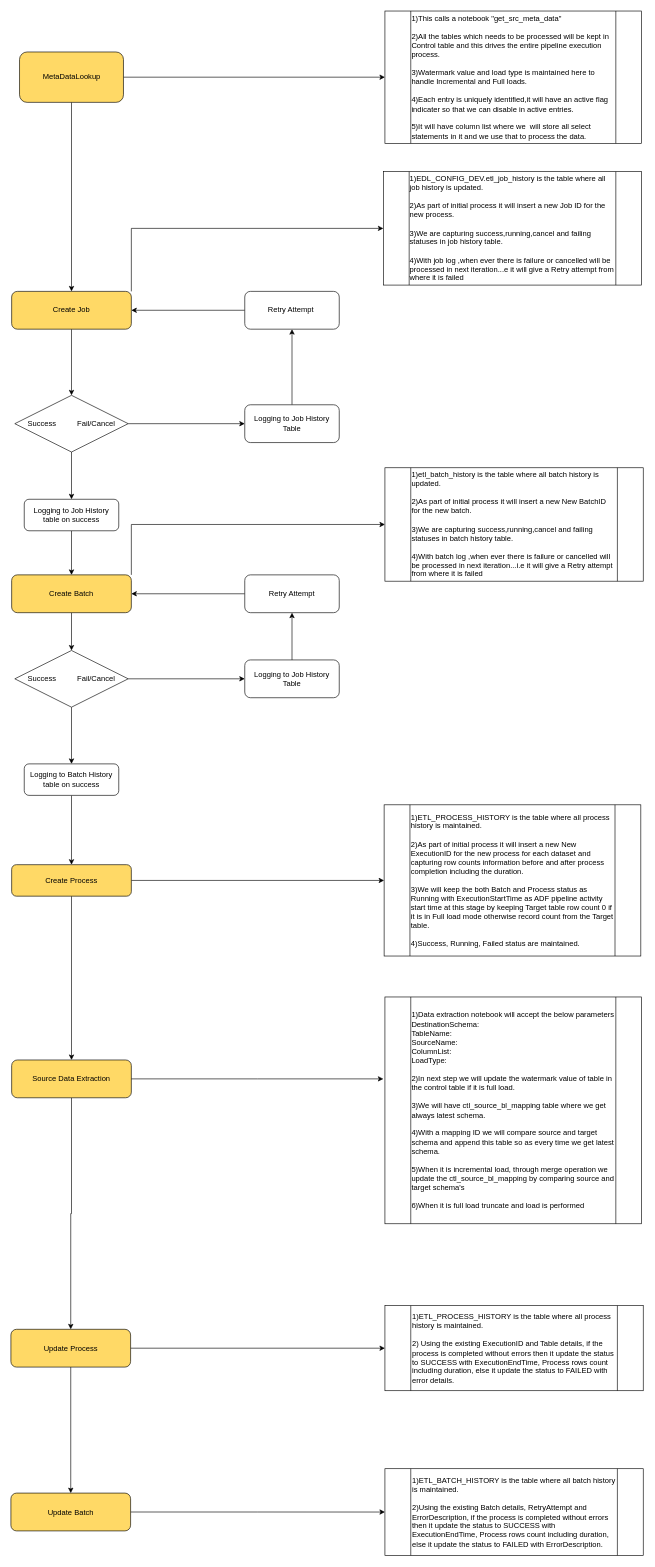
k-lakshmikanth/Databricks-repo keeps this draw.io diagram as Krishna(UMA)/FlowDiagram.drawio. Above is the earlier version. Source tidied: cells renumbered, new cells numbered last; positions are measured from the earlier drawing's top-left corner, leaving out a move shared by most shapes. Both pictures are drawn from the tidied source at 63%, with x=0, y=0 at pixel (11, 11).
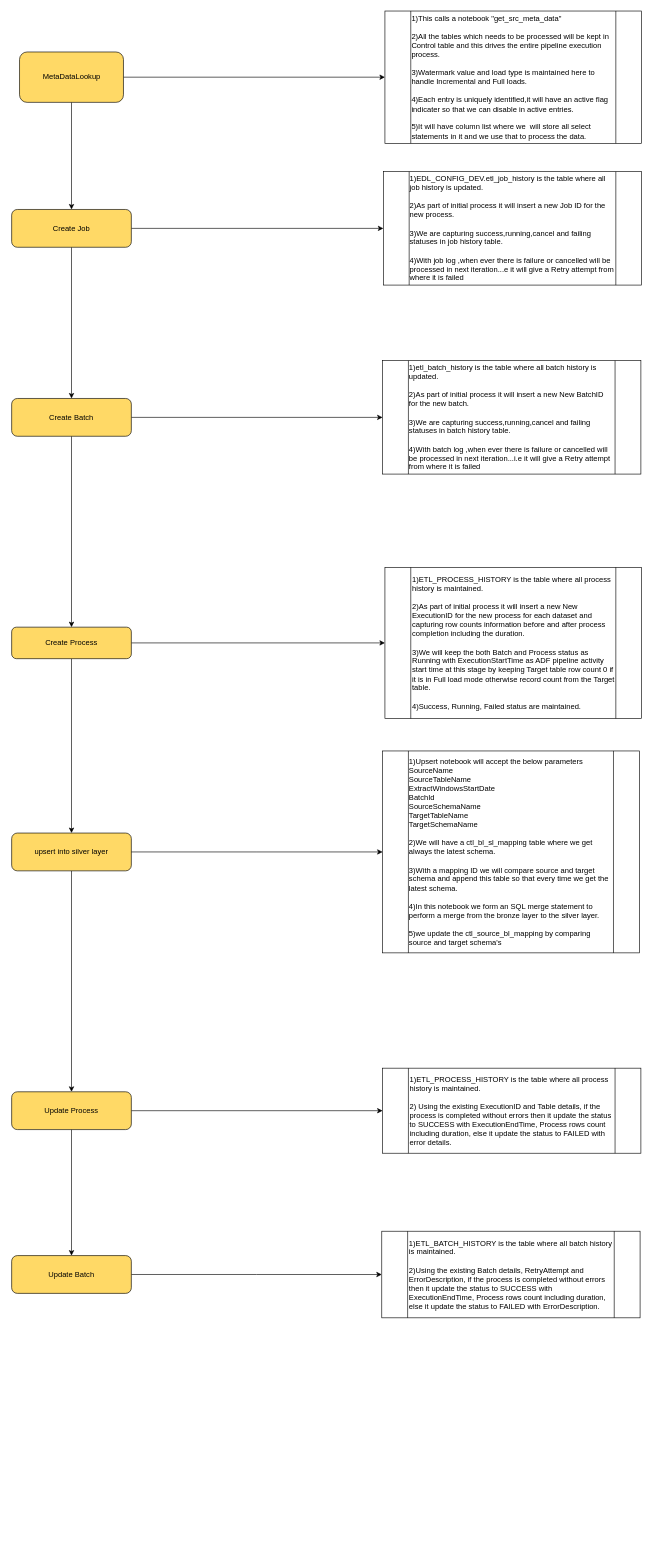
The same diagram, later.

Unchanged cells that the change refers to:
```xml
<mxCell id="16" value="&lt;div style=&quot;border-color: var(--border-color); text-align: left;&quot;&gt;&lt;div style=&quot;border-color: var(--border-color);&quot;&gt;1)EDL_CONFIG_DEV.etl_job_history is the table where all job history is updated.&lt;/div&gt;&lt;div style=&quot;border-color: var(--border-color);&quot;&gt;&lt;br style=&quot;border-color: var(--border-color);&quot;&gt;&lt;/div&gt;&lt;div style=&quot;border-color: var(--border-color);&quot;&gt;2)As part of initial process it will insert a new Job ID for the new process.&lt;/div&gt;&lt;div style=&quot;border-color: var(--border-color);&quot;&gt;&lt;br style=&quot;border-color: var(--border-color);&quot;&gt;&lt;/div&gt;&lt;div style=&quot;border-color: var(--border-color);&quot;&gt;3)We are capturing success,running,cancel and failing statuses in job history table.&lt;/div&gt;&lt;div style=&quot;border-color: var(--border-color);&quot;&gt;&lt;br&gt;&lt;/div&gt;&lt;div style=&quot;border-color: var(--border-color);&quot;&gt;4)With job log ,when ever there is failure or cancelled will be processed in next iteration...e it will give a Retry attempt from where it is failed&lt;/div&gt;&lt;/div&gt;" style="shape=process;whiteSpace=wrap;html=1;backgroundOutline=1;strokeColor=default;align=center;verticalAlign=middle;fontFamily=Helvetica;fontSize=12;fontColor=default;fillColor=default;" parent="1" vertex="1">
  <mxGeometry x="591" y="255" width="410" height="180" as="geometry" />
</mxCell>
```

What changed in the source:
```diff
@@
-    <mxCell id="6" style="edgeStyle=orthogonalEdgeStyle;rounded=0;jettySize=auto;html=1;exitX=0.5;exitY=1;exitDx=0;exitDy=0;entryX=0.5;entryY=0;entryDx=0;entryDy=0;" parent="1" edge="1" source="8" target="14">
+    <mxCell id="6" style="edgeStyle=orthogonalEdgeStyle;rounded=0;jettySize=auto;html=1;exitX=0.5;exitY=1;exitDx=0;exitDy=0;entryX=0.5;entryY=0;entryDx=0;entryDy=0;" parent="1" edge="1" source="8" target="11">
       <mxGeometry relative="1" as="geometry" />
     </mxCell>
-    <mxCell id="7" style="edgeStyle=orthogonalEdgeStyle;rounded=0;jettySize=auto;html=1;exitX=1;exitY=0;exitDx=0;exitDy=0;entryX=0;entryY=0.5;entryDx=0;entryDy=0;" parent="1" edge="1" source="8" target="16">
+    <mxCell id="7" style="edgeStyle=orthogonalEdgeStyle;rounded=0;jettySize=auto;html=1;exitX=1;exitY=0.5;exitDx=0;exitDy=0;entryX=0;entryY=0.5;entryDx=0;entryDy=0;" parent="1" edge="1" source="8" target="16">
       <mxGeometry relative="1" as="geometry" />
     </mxCell>
     <mxCell id="8" value="Create Job" style="rounded=1;whiteSpace=wrap;html=1;strokeColor=default;align=center;verticalAlign=middle;fontFamily=Helvetica;fontSize=12;fontColor=default;fillColor=#FFD966;" parent="1" vertex="1">
-      <mxGeometry x="1" y="445" width="190" height="60" as="geometry" />
+      <mxGeometry x="1" y="315" width="190" height="60" as="geometry" />
     </mxCell>
-    <mxCell id="9" style="edgeStyle=orthogonalEdgeStyle;rounded=0;jettySize=auto;html=1;entryX=0.5;entryY=0;entryDx=0;entryDy=0;fontFamily=Helvetica;fontSize=12;fontColor=default;" parent="1" edge="1" source="11" target="26">
+    <mxCell id="9" style="edgeStyle=orthogonalEdgeStyle;rounded=0;jettySize=auto;html=1;entryX=0.5;entryY=0;entryDx=0;entryDy=0;fontFamily=Helvetica;fontSize=12;fontColor=default;" parent="1" edge="1" source="11" target="35">
       <mxGeometry relative="1" as="geometry" />
     </mxCell>
-    <mxCell id="10" style="edgeStyle=orthogonalEdgeStyle;rounded=0;jettySize=auto;html=1;exitX=1;exitY=0;exitDx=0;exitDy=0;entryX=0;entryY=0.5;entryDx=0;entryDy=0;" parent="1" edge="1" source="11" target="21">
+    <mxCell id="10" style="edgeStyle=orthogonalEdgeStyle;rounded=0;jettySize=auto;html=1;exitX=1;exitY=0.5;exitDx=0;exitDy=0;entryX=0;entryY=0.5;entryDx=0;entryDy=0;" parent="1" edge="1" source="11" target="21">
       <mxGeometry relative="1" as="geometry" />
     </mxCell>
     <mxCell id="11" value="Create Batch&lt;br&gt;" style="rounded=1;whiteSpace=wrap;html=1;strokeColor=default;align=center;verticalAlign=middle;fontFamily=Helvetica;fontSize=12;fontColor=default;fillColor=#FFD966;" parent="1" vertex="1">
-      <mxGeometry x="1" y="895" width="190" height="60" as="geometry" />
+      <mxGeometry x="1" y="615" width="190" height="60" as="geometry" />
     </mxCell>
-    <mxCell id="12" style="edgeStyle=orthogonalEdgeStyle;rounded=0;jettySize=auto;html=1;fontFamily=Helvetica;fontSize=12;fontColor=default;" parent="1" edge="1" source="14" target="18">
-      <mxGeometry relative="1" as="geometry" />
-    </mxCell>
-    <mxCell id="13" style="edgeStyle=orthogonalEdgeStyle;rounded=0;jettySize=auto;html=1;entryX=0.5;entryY=0;entryDx=0;entryDy=0;fontFamily=Helvetica;fontSize=12;fontColor=default;" parent="1" edge="1" source="14" target="23">
-      <mxGeometry relative="1" as="geometry" />
-    </mxCell>
-    <mxCell id="14" value="Success&amp;nbsp; &amp;nbsp; &amp;nbsp; &amp;nbsp; &amp;nbsp; Fail/Cancel" style="rhombus;whiteSpace=wrap;html=1;strokeColor=default;align=center;verticalAlign=middle;fontFamily=Helvetica;fontSize=12;fontColor=default;fillColor=default;" parent="1" vertex="1">
-      <mxGeometry x="6" y="610" width="180" height="90" as="geometry" />
-    </mxCell>
@@
-    <mxCell id="17" style="edgeStyle=orthogonalEdgeStyle;rounded=0;jettySize=auto;html=1;exitX=0.5;exitY=0;exitDx=0;exitDy=0;entryX=0.5;entryY=1;entryDx=0;entryDy=0;" parent="1" edge="1" source="18" target="20">
-      <mxGeometry relative="1" as="geometry" />
-    </mxCell>
-    <mxCell id="18" value="Logging to Job History Table" style="rounded=1;whiteSpace=wrap;html=1;strokeColor=default;align=center;verticalAlign=middle;fontFamily=Helvetica;fontSize=12;fontColor=default;fillColor=default;" parent="1" vertex="1">
-      <mxGeometry x="371" y="625" width="150" height="60" as="geometry" />
-    </mxCell>
-    <mxCell id="19" style="edgeStyle=orthogonalEdgeStyle;rounded=0;jettySize=auto;html=1;exitX=0;exitY=0.5;exitDx=0;exitDy=0;entryX=1;entryY=0.5;entryDx=0;entryDy=0;" parent="1" edge="1" source="20" target="8">
-      <mxGeometry relative="1" as="geometry" />
-    </mxCell>
-    <mxCell id="20" value="Retry Attempt&amp;nbsp;" style="rounded=1;whiteSpace=wrap;html=1;strokeColor=default;align=center;verticalAlign=middle;fontFamily=Helvetica;fontSize=12;fontColor=default;fillColor=default;" parent="1" vertex="1">
-      <mxGeometry x="371" y="445" width="150" height="60" as="geometry" />
-    </mxCell>
     <mxCell id="21" value="&lt;div style=&quot;border-color: var(--border-color); text-align: left;&quot;&gt;&lt;div style=&quot;border-color: var(--border-color);&quot;&gt;&lt;div style=&quot;border-color: var(--border-color);&quot;&gt;1)etl_batch_history&amp;nbsp;is the table where all batch history is updated.&lt;br style=&quot;border-color: var(--border-color);&quot;&gt;&lt;/div&gt;&lt;div style=&quot;border-color: var(--border-color);&quot;&gt;&lt;br style=&quot;border-color: var(--border-color);&quot;&gt;&lt;/div&gt;&lt;div style=&quot;border-color: var(--border-color);&quot;&gt;2)As part of initial process it will insert a new New BatchID for the new batch.&lt;/div&gt;&lt;div style=&quot;border-color: var(--border-color);&quot;&gt;&lt;br style=&quot;border-color: var(--border-color);&quot;&gt;&lt;/div&gt;&lt;div style=&quot;border-color: var(--border-color);&quot;&gt;3)We are capturing success,running,cancel and failing statuses in batch history table.&lt;/div&gt;&lt;div style=&quot;border-color: var(--border-color);&quot;&gt;&lt;br&gt;&lt;/div&gt;&lt;div style=&quot;border-color: var(--border-color);&quot;&gt;4)With batch log ,when ever there is failure or cancelled will be processed in next iteration...i.e it will give a Retry attempt from where it is failed&lt;br&gt;&lt;/div&gt;&lt;/div&gt;&lt;/div&gt;" style="shape=process;whiteSpace=wrap;html=1;backgroundOutline=1;strokeColor=default;align=center;verticalAlign=middle;fontFamily=Helvetica;fontSize=12;fontColor=default;fillColor=default;" parent="1" vertex="1">
-      <mxGeometry x="593.5" y="725" width="410" height="180" as="geometry" />
+      <mxGeometry x="589.8" y="555" width="410" height="180" as="geometry" />
     </mxCell>
-    <mxCell id="22" style="edgeStyle=orthogonalEdgeStyle;rounded=0;jettySize=auto;html=1;exitX=0.5;exitY=1;exitDx=0;exitDy=0;" parent="1" edge="1" source="23" target="11">
-      <mxGeometry relative="1" as="geometry" />
-    </mxCell>
-    <mxCell id="23" value="Logging to Job History table on success" style="rounded=1;whiteSpace=wrap;html=1;strokeColor=default;align=center;verticalAlign=middle;fontFamily=Helvetica;fontSize=12;fontColor=default;fillColor=default;" parent="1" vertex="1">
-      <mxGeometry x="21" y="775" width="150" height="50" as="geometry" />
-    </mxCell>
-    <mxCell id="24" style="edgeStyle=orthogonalEdgeStyle;rounded=0;jettySize=auto;html=1;entryX=0.5;entryY=0;entryDx=0;entryDy=0;fontFamily=Helvetica;fontSize=12;fontColor=default;" parent="1" edge="1" source="26" target="28">
-      <mxGeometry relative="1" as="geometry" />
-    </mxCell>
-    <mxCell id="25" style="edgeStyle=orthogonalEdgeStyle;rounded=0;jettySize=auto;html=1;exitX=1;exitY=0.5;exitDx=0;exitDy=0;entryX=0;entryY=0.5;entryDx=0;entryDy=0;" parent="1" edge="1" source="26" target="30">
-      <mxGeometry relative="1" as="geometry" />
-    </mxCell>
-    <mxCell id="26" value="Success&amp;nbsp; &amp;nbsp; &amp;nbsp; &amp;nbsp; &amp;nbsp; Fail/Cancel" style="rhombus;whiteSpace=wrap;html=1;strokeColor=default;align=center;verticalAlign=middle;fontFamily=Helvetica;fontSize=12;fontColor=default;fillColor=default;" parent="1" vertex="1">
-      <mxGeometry x="6" y="1015" width="180" height="90" as="geometry" />
-    </mxCell>
-    <mxCell id="27" style="edgeStyle=orthogonalEdgeStyle;rounded=0;jettySize=auto;html=1;entryX=0.5;entryY=0;entryDx=0;entryDy=0;fontFamily=Helvetica;fontSize=12;fontColor=default;" parent="1" edge="1" source="28" target="35">
-      <mxGeometry relative="1" as="geometry" />
-    </mxCell>
-    <mxCell id="28" value="Logging to Batch History table on success" style="rounded=1;whiteSpace=wrap;html=1;strokeColor=default;align=center;verticalAlign=middle;fontFamily=Helvetica;fontSize=12;fontColor=default;fillColor=default;" parent="1" vertex="1">
-      <mxGeometry x="21" y="1195" width="150" height="50" as="geometry" />
-    </mxCell>
-    <mxCell id="29" style="edgeStyle=orthogonalEdgeStyle;rounded=0;jettySize=auto;html=1;entryX=0.5;entryY=1;entryDx=0;entryDy=0;fontFamily=Helvetica;fontSize=12;fontColor=default;" parent="1" edge="1" source="30" target="32">
-      <mxGeometry relative="1" as="geometry" />
-    </mxCell>
-    <mxCell id="30" value="Logging to Job History Table" style="rounded=1;whiteSpace=wrap;html=1;strokeColor=default;align=center;verticalAlign=middle;fontFamily=Helvetica;fontSize=12;fontColor=default;fillColor=default;" parent="1" vertex="1">
-      <mxGeometry x="371" y="1030" width="150" height="60" as="geometry" />
-    </mxCell>
-    <mxCell id="31" style="edgeStyle=orthogonalEdgeStyle;rounded=0;jettySize=auto;html=1;entryX=1;entryY=0.5;entryDx=0;entryDy=0;fontFamily=Helvetica;fontSize=12;fontColor=default;" parent="1" edge="1" source="32" target="11">
-      <mxGeometry relative="1" as="geometry" />
-    </mxCell>
-    <mxCell id="32" value="Retry Attempt" style="rounded=1;whiteSpace=wrap;html=1;strokeColor=default;align=center;verticalAlign=middle;fontFamily=Helvetica;fontSize=12;fontColor=default;fillColor=default;" parent="1" vertex="1">
-      <mxGeometry x="371" y="895" width="150" height="60" as="geometry" />
-    </mxCell>
@@
     <mxCell id="35" value="Create Process" style="rounded=1;whiteSpace=wrap;html=1;strokeColor=default;align=center;verticalAlign=middle;fontFamily=Helvetica;fontSize=12;fontColor=default;fillColor=#FFD966;" parent="1" vertex="1">
-      <mxGeometry x="1" y="1355" width="190" height="50" as="geometry" />
+      <mxGeometry x="1" y="978" width="190" height="50" as="geometry" />
     </mxCell>
@@
-    <mxCell id="37" value="Source Data Extraction" style="rounded=1;whiteSpace=wrap;html=1;strokeColor=default;align=center;verticalAlign=middle;fontFamily=Helvetica;fontSize=12;fontColor=default;fillColor=#FFD966;" parent="1" vertex="1">
-      <mxGeometry x="1" y="1665" width="190" height="60" as="geometry" />
+    <mxCell id="37" value="upsert into silver layer" style="rounded=1;whiteSpace=wrap;html=1;strokeColor=default;align=center;verticalAlign=middle;fontFamily=Helvetica;fontSize=12;fontColor=default;fillColor=#FFD966;" parent="1" vertex="1">
+      <mxGeometry x="1" y="1304.8" width="190" height="60" as="geometry" />
     </mxCell>
-    <mxCell id="38" value="&lt;div style=&quot;border-color: var(--border-color); text-align: left;&quot;&gt;&lt;div style=&quot;border-color: var(--border-color);&quot;&gt;&lt;div style=&quot;border-color: var(--border-color);&quot;&gt;1)Data extraction notebook will accept the below parameters&lt;/div&gt;&lt;div style=&quot;border-color: var(--border-color);&quot;&gt;DestinationSchema: &lt;br&gt;TableName: &lt;br&gt;SourceName: &lt;br&gt;ColumnList: &lt;br&gt;LoadType: &lt;br&gt;&lt;/div&gt;&lt;div style=&quot;border-color: var(--border-color);&quot;&gt;&lt;br&gt;&lt;/div&gt;&lt;div style=&quot;border-color: var(--border-color);&quot;&gt;2)In next step we will update the watermark value of table in the control table if it is full load.&lt;/div&gt;&lt;div style=&quot;border-color: var(--border-color);&quot;&gt;&lt;br&gt;&lt;/div&gt;&lt;div style=&quot;border-color: var(--border-color);&quot;&gt;3)We will have&amp;nbsp;ctl_source_bl_mapping table where we get always latest schema.&lt;/div&gt;&lt;div style=&quot;border-color: var(--border-color);&quot;&gt;&lt;br&gt;&lt;/div&gt;&lt;div style=&quot;border-color: var(--border-color);&quot;&gt;4)With a mapping ID we will compare source and target schema and append this table so as every time we get latest schema.&lt;/div&gt;&lt;div style=&quot;border-color: var(--border-color);&quot;&gt;&lt;br&gt;&lt;/div&gt;&lt;div style=&quot;border-color: var(--border-color);&quot;&gt;5)When it is incremental load, through merge operation we update the ctl_source_bl_mapping&amp;nbsp;by comparing source and target schema's&lt;/div&gt;&lt;div style=&quot;border-color: var(--border-color);&quot;&gt;&lt;br&gt;&lt;/div&gt;&lt;div style=&quot;border-color: var(--border-color);&quot;&gt;6)When it is full load truncate and load is performed&lt;/div&gt;&lt;/div&gt;&lt;/div&gt;" style="shape=process;whiteSpace=wrap;html=1;backgroundOutline=1;strokeColor=default;align=center;verticalAlign=middle;fontFamily=Helvetica;fontSize=12;fontColor=default;fillColor=default;" parent="1" vertex="1">
-      <mxGeometry x="593.5" y="1565" width="407.5" height="360" as="geometry" />
+    <mxCell id="38" value="&lt;div style=&quot;border-color: var(--border-color); text-align: left;&quot;&gt;&lt;div style=&quot;border-color: var(--border-color);&quot;&gt;&lt;div style=&quot;border-color: var(--border-color);&quot;&gt;1)Upsert notebook will accept the below parameters&lt;/div&gt;&lt;div style=&quot;border-color: var(--border-color);&quot;&gt;SourceName&lt;br&gt;SourceTableName&lt;br&gt;ExtractWindowsStartDate &lt;br&gt;BatchId &lt;br&gt;SourceSchemaName &lt;br&gt;&lt;/div&gt;&lt;div style=&quot;border-color: var(--border-color);&quot;&gt;TargetTableName&lt;br&gt;&lt;/div&gt;&lt;div style=&quot;border-color: var(--border-color);&quot;&gt;TargetSchemaName&lt;/div&gt;&lt;div style=&quot;border-color: var(--border-color);&quot;&gt;&lt;br&gt;&lt;/div&gt;&lt;div style=&quot;border-color: var(--border-color);&quot;&gt;2)We will have a ctl_bl_sl_mapping table where we get always the latest schema.&lt;/div&gt;&lt;div style=&quot;border-color: var(--border-color);&quot;&gt;&lt;br&gt;&lt;/div&gt;&lt;div style=&quot;border-color: var(--border-color);&quot;&gt;3)With a mapping ID we will compare source and target schema and append this table so that every time we get the latest schema.&lt;/div&gt;&lt;div style=&quot;border-color: var(--border-color);&quot;&gt;&lt;br&gt;&lt;/div&gt;&lt;div style=&quot;border-color: var(--border-color);&quot;&gt;4)In this notebook we form an SQL merge statement to perform a merge from the bronze layer to the silver layer.&amp;nbsp;&lt;/div&gt;&lt;div style=&quot;border-color: var(--border-color);&quot;&gt;&lt;br&gt;&lt;/div&gt;&lt;div style=&quot;border-color: var(--border-color);&quot;&gt;5)we update the ctl_source_bl_mapping&amp;nbsp;by comparing source and target schema's&lt;/div&gt;&lt;/div&gt;&lt;/div&gt;" style="shape=process;whiteSpace=wrap;html=1;backgroundOutline=1;strokeColor=default;align=center;verticalAlign=middle;fontFamily=Helvetica;fontSize=12;fontColor=default;fillColor=default;" parent="1" vertex="1">
+      <mxGeometry x="589.8" y="1174.5" width="407.5" height="320.5" as="geometry" />
     </mxCell>
-    <mxCell id="39" style="edgeStyle=orthogonalEdgeStyle;rounded=0;jettySize=auto;html=1;fontFamily=Helvetica;fontSize=12;fontColor=default;" parent="1" edge="1" source="37">
-      <mxGeometry relative="1" as="geometry">
-        <mxPoint x="591" y="1695" as="targetPoint" />
-      </mxGeometry>
+    <mxCell id="39" style="edgeStyle=orthogonalEdgeStyle;rounded=0;jettySize=auto;html=1;fontFamily=Helvetica;fontSize=12;fontColor=default;" parent="1" edge="1" source="37" target="38">
+      <mxGeometry relative="1" as="geometry" />
     </mxCell>
     <mxCell id="40" value="&lt;div align=&quot;left&quot;&gt;1)ETL_PROCESS_HISTORY is the table where all process history is maintained.&lt;br&gt;&lt;br&gt;2)As part of initial process it will insert a new New ExecutionID for the new process for each dataset and capturing row counts information before and after process completion including the duration. &lt;br&gt;&lt;br&gt;3)We will keep the both Batch and Process status as Running with ExecutionStartTime as ADF pipeline activity start time at this stage by keeping Target table row count 0 if it is in Full load mode otherwise record count from the Target table.&lt;br&gt;&lt;br&gt;4)Success, Running, Failed status are maintained.&lt;br&gt;&lt;/div&gt;" style="shape=process;whiteSpace=wrap;html=1;backgroundOutline=1;strokeColor=default;align=left;verticalAlign=middle;fontFamily=Helvetica;fontSize=12;fontColor=default;fillColor=default;" parent="1" vertex="1">
-      <mxGeometry x="592.2" y="1260" width="407.5" height="240" as="geometry" />
+      <mxGeometry x="593.5" y="883" width="407.5" height="240" as="geometry" />
     </mxCell>
@@
     <mxCell id="43" value="Update Process" style="rounded=1;whiteSpace=wrap;html=1;strokeColor=default;align=center;verticalAlign=middle;fontFamily=Helvetica;fontSize=12;fontColor=default;fillColor=#FFD966;" parent="1" vertex="1">
-      <mxGeometry x="-0.2" y="2092.5" width="190" height="60" as="geometry" />
+      <mxGeometry x="1" y="1715.5" width="190" height="60" as="geometry" />
     </mxCell>
     <mxCell id="44" value="1)ETL_PROCESS_HISTORY is the table where all process history is maintained.&lt;br&gt;&lt;br&gt;2) Using the existing ExecutionID and Table details, if the process is completed without errors then it update the status to SUCCESS with ExecutionEndTime, Process rows count including duration, else it update the status to FAILED with error details.&lt;br&gt;" style="shape=process;whiteSpace=wrap;html=1;backgroundOutline=1;strokeColor=default;align=left;verticalAlign=middle;fontFamily=Helvetica;fontSize=12;fontColor=default;fillColor=default;" parent="1" vertex="1">
-      <mxGeometry x="593.5" y="2055" width="410" height="135" as="geometry" />
+      <mxGeometry x="589.8" y="1678" width="410" height="135" as="geometry" />
     </mxCell>
@@
     <mxCell id="46" value="Update Batch " style="rounded=1;whiteSpace=wrap;html=1;strokeColor=default;align=center;verticalAlign=middle;fontFamily=Helvetica;fontSize=12;fontColor=default;fillColor=#FFD966;" parent="1" vertex="1">
-      <mxGeometry x="-0.2" y="2352.5" width="190" height="60" as="geometry" />
+      <mxGeometry x="1" y="1975.5" width="190" height="60" as="geometry" />
     </mxCell>
     <mxCell id="47" value="1)ETL_BATCH_HISTORY is the table where all batch history is maintained.&lt;br&gt;&lt;br&gt;2)Using the existing Batch details, RetryAttempt and ErrorDescription, if the process is completed without errors then it update the status to SUCCESS with ExecutionEndTime, Process rows count including duration, else it update the status to FAILED with ErrorDescription." style="shape=process;whiteSpace=wrap;html=1;backgroundOutline=1;strokeColor=default;align=left;verticalAlign=middle;fontFamily=Helvetica;fontSize=12;fontColor=default;fillColor=default;" parent="1" vertex="1">
-      <mxGeometry x="593.5" y="2313.8" width="410" height="137.5" as="geometry" />
+      <mxGeometry x="588.5" y="1936.8" width="410" height="137.5" as="geometry" />
     </mxCell>
```
